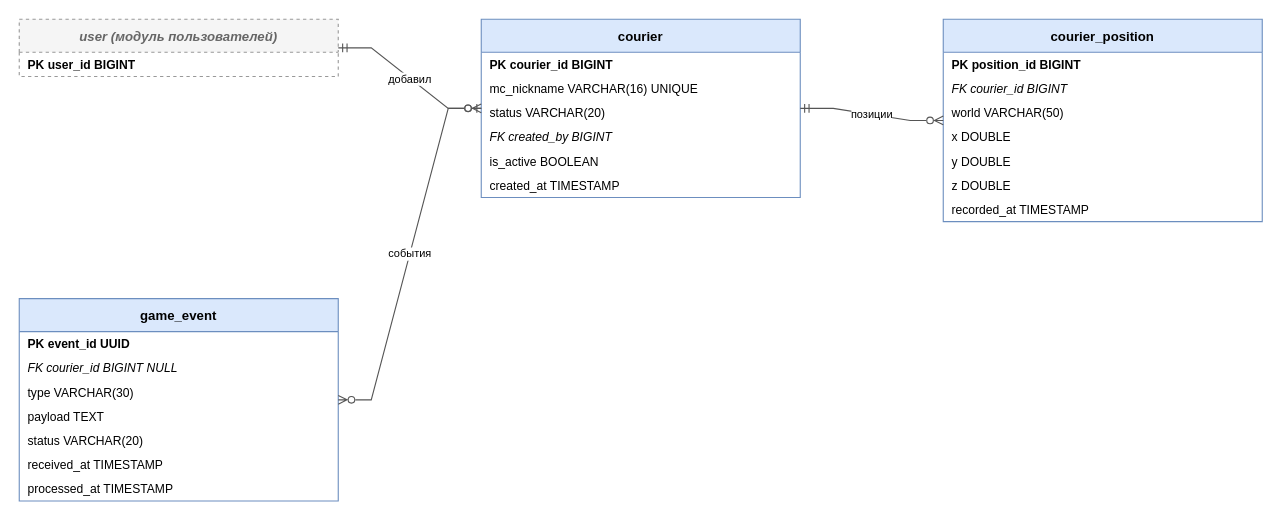
AstroSoup/mineberries keeps this draw.io diagram as page "6. Модуль управления ботами" (6 of 7) of documentation/mineberries-db.drawio. Above is the earlier version. Source tidied: cells renumbered, new cells numbered last; positions are measured from the earlier drawing's top-left corner, leaving out a move shared by most shapes. Both pictures are drawn from the tidied source at 110%, with x=0, y=0 at pixel (19, 19).
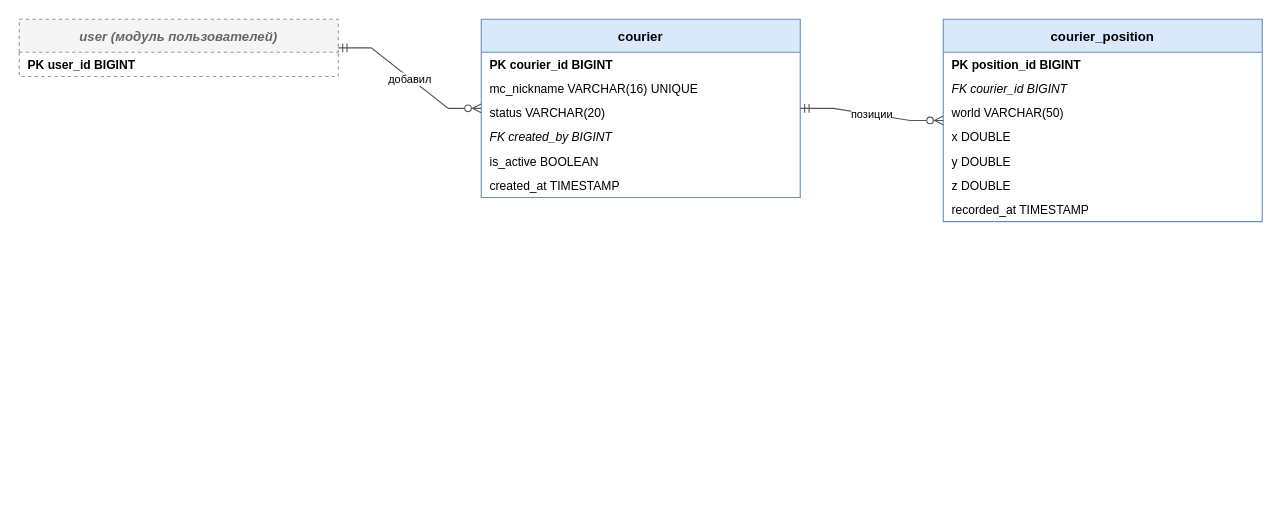
After the change.

The change refers to these unchanged cells:
```xml
<mxCell id="4" value="courier" style="swimlane;fontStyle=1;horizontal=1;startSize=30;fillColor=#dae8fc;strokeColor=#6c8ebf;" parent="1" vertex="1">
  <mxGeometry x="420" width="290" height="162" as="geometry" />
</mxCell>
```

The edit, as a diff of the source:
```diff
@@
-    <mxCell id="19" value="game_event" style="swimlane;fontStyle=1;horizontal=1;startSize=30;fillColor=#dae8fc;strokeColor=#6c8ebf;" parent="1" vertex="1">
-      <mxGeometry y="254" width="290" height="184" as="geometry" />
-    </mxCell>
-    <mxCell id="20" value="PK event_id UUID" style="text;strokeColor=none;fillColor=none;align=left;verticalAlign=middle;spacingLeft=6;overflow=hidden;whiteSpace=nowrap;fontStyle=1;fontSize=11;fontColor=#000000;" parent="19" vertex="1">
-      <mxGeometry y="30" width="290" height="22" as="geometry" />
-    </mxCell>
-    <mxCell id="21" value="FK courier_id BIGINT NULL" style="text;strokeColor=none;fillColor=none;align=left;verticalAlign=middle;spacingLeft=6;overflow=hidden;whiteSpace=nowrap;fontStyle=2;fontSize=11;" parent="19" vertex="1">
-      <mxGeometry y="52" width="290" height="22" as="geometry" />
-    </mxCell>
-    <mxCell id="22" value="type VARCHAR(30)" style="text;strokeColor=none;fillColor=none;align=left;verticalAlign=middle;spacingLeft=6;overflow=hidden;whiteSpace=nowrap;fontStyle=0;fontSize=11;" parent="19" vertex="1">
-      <mxGeometry y="74" width="290" height="22" as="geometry" />
-    </mxCell>
-    <mxCell id="23" value="payload TEXT" style="text;strokeColor=none;fillColor=none;align=left;verticalAlign=middle;spacingLeft=6;overflow=hidden;whiteSpace=nowrap;fontStyle=0;fontSize=11;" parent="19" vertex="1">
-      <mxGeometry y="96" width="290" height="22" as="geometry" />
-    </mxCell>
-    <mxCell id="24" value="status VARCHAR(20)" style="text;strokeColor=none;fillColor=none;align=left;verticalAlign=middle;spacingLeft=6;overflow=hidden;whiteSpace=nowrap;fontStyle=0;fontSize=11;" parent="19" vertex="1">
-      <mxGeometry y="118" width="290" height="22" as="geometry" />
-    </mxCell>
-    <mxCell id="25" value="received_at TIMESTAMP" style="text;strokeColor=none;fillColor=none;align=left;verticalAlign=middle;spacingLeft=6;overflow=hidden;whiteSpace=nowrap;fontStyle=0;fontSize=11;" parent="19" vertex="1">
-      <mxGeometry y="140" width="290" height="22" as="geometry" />
-    </mxCell>
-    <mxCell id="26" value="processed_at TIMESTAMP" style="text;strokeColor=none;fillColor=none;align=left;verticalAlign=middle;spacingLeft=6;overflow=hidden;whiteSpace=nowrap;fontStyle=0;fontSize=11;" parent="19" vertex="1">
-      <mxGeometry y="162" width="290" height="22" as="geometry" />
-    </mxCell>
@@
-    <mxCell id="29" value="события" style="edgeStyle=entityRelationEdgeStyle;html=1;fontSize=10;rounded=0;startArrow=ERzeroToOne;endArrow=ERzeroToMany;startFill=0;endFill=0;strokeColor=#555555;" parent="1" edge="1" source="4" target="19">
-      <mxGeometry relative="1" as="geometry" />
-    </mxCell>
```
